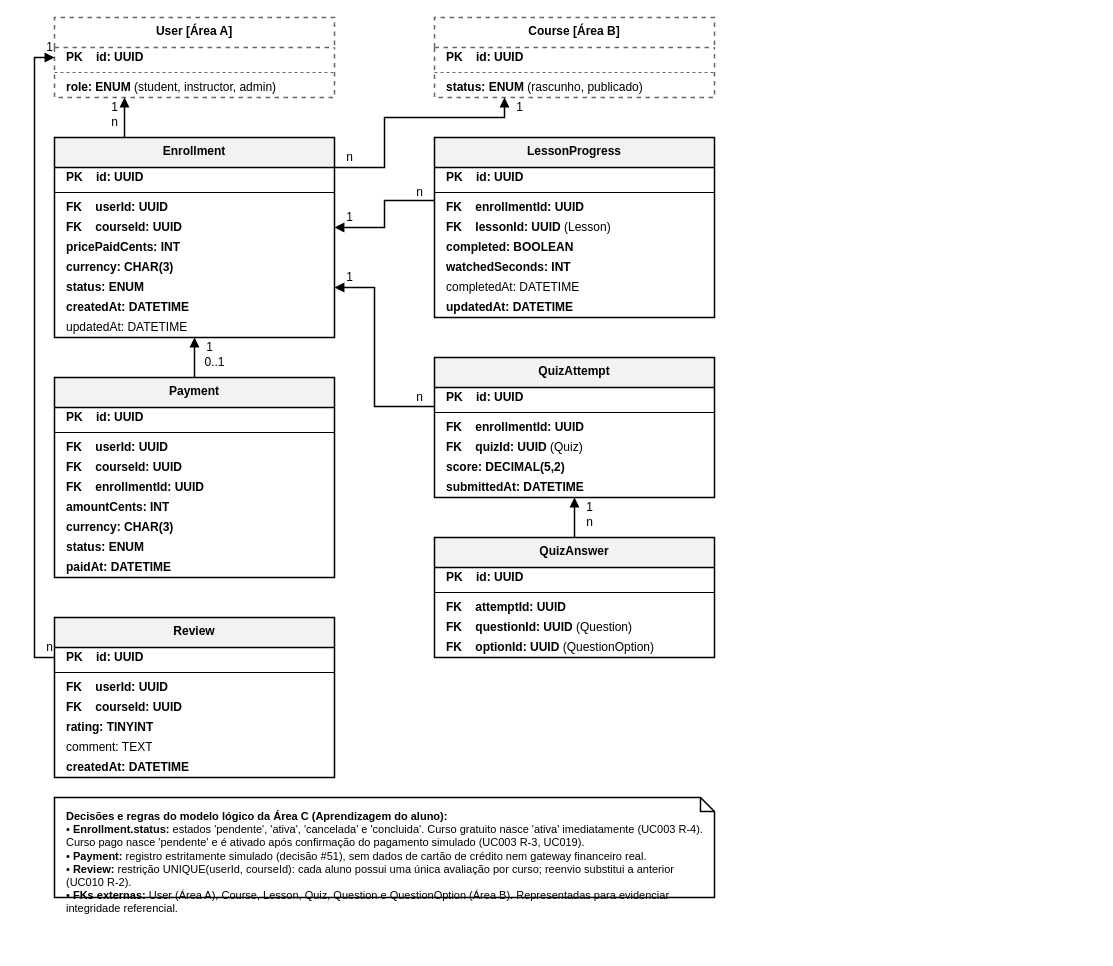
This is especificacao/diagramas/12-modelo-de-dados-area-c.drawio from Plataforma-de-Cursos-TCC/plataforma-cursos-docs, a draw.io file, before an edit. Source tidied: cells renumbered, new cells numbered last; positions are measured from the earlier drawing's top-left corner, leaving out a move shared by most shapes. Both pictures are drawn from the tidied source at 100%, with x=0, y=0 at pixel (34, 17).
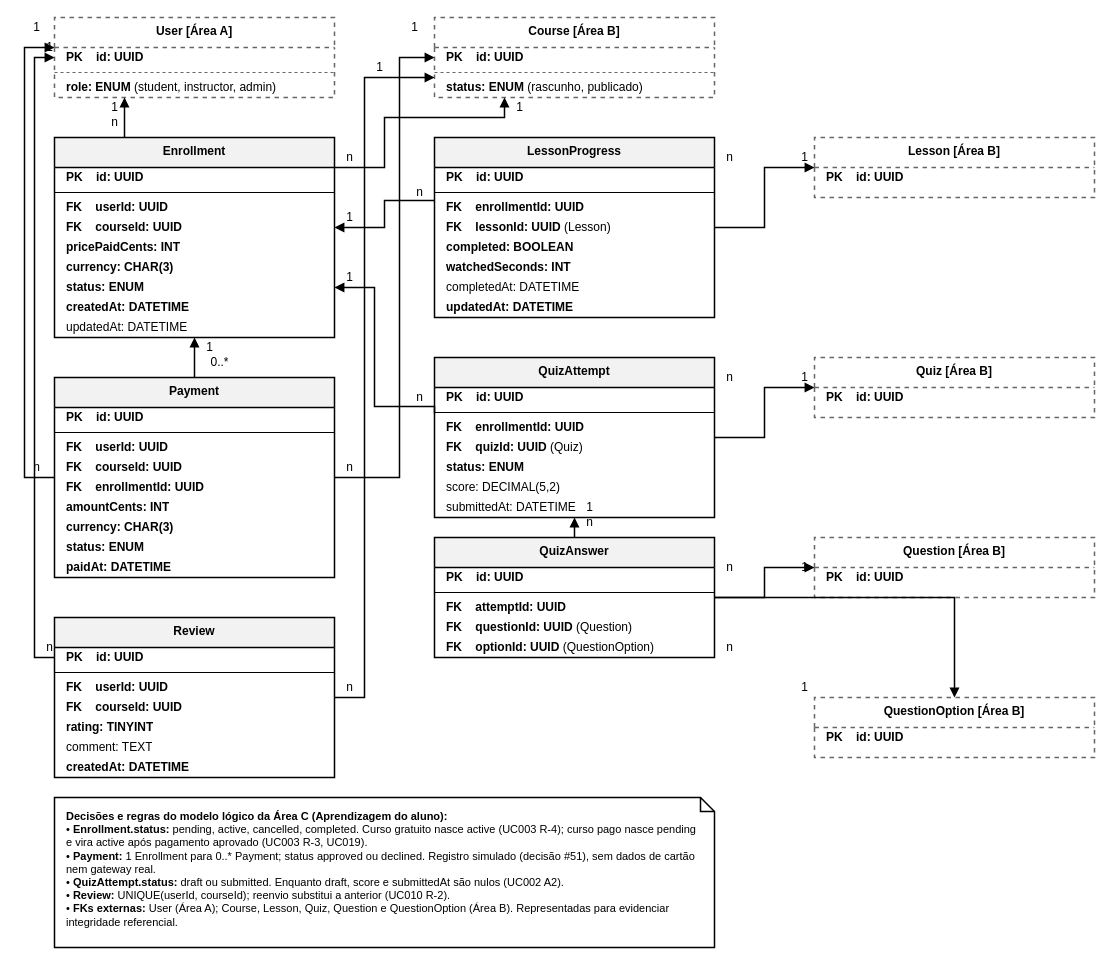
After the change.

Commit message (it also covers changes not shown here):
fix(modelo-de-dados): model Payment as 0..* per enrollment and draft attempts

Unchanged cells that the change refers to:
```xml
<mxCell id="2" value="User [Área A]" style="swimlane;fontStyle=1;align=center;verticalAlign=top;horizontal=1;startSize=30;whiteSpace=wrap;html=1;fillColor=#FFFFFF;strokeColor=#666666;strokeWidth=1.5;strokeFactor=1;dashed=1;fontFamily=Helvetica;fontSize=12;" parent="1" vertex="1">
  <mxGeometry x="20" width="280" height="80" as="geometry" />
</mxCell>
<mxCell id="6" value="Course [Área B]" style="swimlane;fontStyle=1;align=center;verticalAlign=top;horizontal=1;startSize=30;whiteSpace=wrap;html=1;fillColor=#FFFFFF;strokeColor=#666666;strokeWidth=1.5;dashed=1;fontFamily=Helvetica;fontSize=12;" parent="1" vertex="1">
  <mxGeometry x="400" width="280" height="80" as="geometry" />
</mxCell>
<mxCell id="20" value="Payment" style="swimlane;fontStyle=1;align=center;verticalAlign=top;horizontal=1;startSize=30;whiteSpace=wrap;html=1;fillColor=#F2F2F2;strokeColor=#000000;strokeWidth=1.5;fontFamily=Helvetica;fontSize=12;" parent="1" vertex="1">
  <mxGeometry x="20" y="360" width="280" height="200" as="geometry" />
</mxCell>
<mxCell id="30" value="Review" style="swimlane;fontStyle=1;align=center;verticalAlign=top;horizontal=1;startSize=30;whiteSpace=wrap;html=1;fillColor=#F2F2F2;strokeColor=#000000;strokeWidth=1.5;fontFamily=Helvetica;fontSize=12;" parent="1" vertex="1">
  <mxGeometry x="20" y="600" width="280" height="160" as="geometry" />
</mxCell>
<mxCell id="38" value="LessonProgress" style="swimlane;fontStyle=1;align=center;verticalAlign=top;horizontal=1;startSize=30;whiteSpace=wrap;html=1;fillColor=#F2F2F2;strokeColor=#000000;strokeWidth=1.5;fontFamily=Helvetica;fontSize=12;" parent="1" vertex="1">
  <mxGeometry x="400" y="120" width="280" height="180" as="geometry" />
</mxCell>
<mxCell id="54" value="QuizAnswer" style="swimlane;fontStyle=1;align=center;verticalAlign=top;horizontal=1;startSize=30;whiteSpace=wrap;html=1;fillColor=#F2F2F2;strokeColor=#000000;strokeWidth=1.5;fontFamily=Helvetica;fontSize=12;" parent="1" vertex="1">
  <mxGeometry x="400" y="520" width="280" height="120" as="geometry" />
</mxCell>
```

What changed in the source:
```diff
@@
     <mxCell id="47" value="QuizAttempt" style="swimlane;fontStyle=1;align=center;verticalAlign=top;horizontal=1;startSize=30;whiteSpace=wrap;html=1;fillColor=#F2F2F2;strokeColor=#000000;strokeWidth=1.5;fontFamily=Helvetica;fontSize=12;" parent="1" vertex="1">
-      <mxGeometry x="400" y="340" width="280" height="140" as="geometry" />
+      <mxGeometry x="400" y="340" width="280" height="160" as="geometry" />
     </mxCell>
@@
-    <mxCell id="52" value="&lt;b&gt;score: DECIMAL(5,2)&lt;/b&gt;" style="text;strokeColor=none;fillColor=none;align=left;verticalAlign=middle;spacingLeft=10;spacingRight=10;overflow=hidden;fontFamily=Helvetica;fontSize=12;html=1;" parent="47" vertex="1">
-      <mxGeometry y="100" width="280" height="20" as="geometry" />
+    <mxCell id="52" value="score: DECIMAL(5,2)" style="text;strokeColor=none;fillColor=none;align=left;verticalAlign=middle;spacingLeft=10;spacingRight=10;overflow=hidden;fontFamily=Helvetica;fontSize=12;html=1;" parent="47" vertex="1">
+      <mxGeometry y="120" width="280" height="20" as="geometry" />
     </mxCell>
-    <mxCell id="53" value="&lt;b&gt;submittedAt: DATETIME&lt;/b&gt;" style="text;strokeColor=none;fillColor=none;align=left;verticalAlign=middle;spacingLeft=10;spacingRight=10;overflow=hidden;fontFamily=Helvetica;fontSize=12;html=1;" parent="47" vertex="1">
-      <mxGeometry y="120" width="280" height="20" as="geometry" />
+    <mxCell id="53" value="submittedAt: DATETIME" style="text;strokeColor=none;fillColor=none;align=left;verticalAlign=middle;spacingLeft=10;spacingRight=10;overflow=hidden;fontFamily=Helvetica;fontSize=12;html=1;" parent="47" vertex="1">
+      <mxGeometry y="140" width="280" height="20" as="geometry" />
     </mxCell>
@@
-    <mxCell id="60" value="&lt;b&gt;Decisões e regras do modelo lógico da Área C (Aprendizagem do aluno):&lt;/b&gt;&lt;br&gt; • &lt;b&gt;Enrollment.status:&lt;/b&gt; estados 'pendente', 'ativa', 'cancelada' e 'concluida'. Curso gratuito nasce 'ativa' imediatamente (UC003 R-4). Curso pago nasce 'pendente' e é ativado após confirmação do pagamento simulado (UC003 R-3, UC019).&lt;br&gt; • &lt;b&gt;Payment:&lt;/b&gt; registro estritamente simulado (decisão #51), sem dados de cartão de crédito nem gateway financeiro real.&lt;br&gt; • &lt;b&gt;Review:&lt;/b&gt; restrição UNIQUE(userId, courseId): cada aluno possui uma única avaliação por curso; reenvio substitui a anterior (UC010 R-2).&lt;br&gt; • &lt;b&gt;FKs externas:&lt;/b&gt; User (Área A), Course, Lesson, Quiz, Question e QuestionOption (Área B). Representadas para evidenciar integridade referencial." style="shape=note;whiteSpace=wrap;html=1;size=14;verticalAlign=top;align=left;spacingTop=6;spacingLeft=10;spacingRight=10;spacingBottom=6;fillColor=#FFFFFF;strokeColor=#000000;strokeWidth=1.5;fontFamily=Helvetica;fontSize=11;" parent="1" vertex="1">
-      <mxGeometry x="20" y="780" width="660" height="100" as="geometry" />
+    <mxCell id="60" value="&lt;b&gt;Decisões e regras do modelo lógico da Área C (Aprendizagem do aluno):&lt;/b&gt;&lt;br&gt; • &lt;b&gt;Enrollment.status:&lt;/b&gt; pending, active, cancelled, completed. Curso gratuito nasce active (UC003 R-4); curso pago nasce pending e vira active após pagamento aprovado (UC003 R-3, UC019).&lt;br&gt; • &lt;b&gt;Payment:&lt;/b&gt; 1 Enrollment para 0..* Payment; status approved ou declined. Registro simulado (decisão #51), sem dados de cartão nem gateway real.&lt;br&gt; • &lt;b&gt;QuizAttempt.status:&lt;/b&gt; draft ou submitted. Enquanto draft, score e submittedAt são nulos (UC002 A2).&lt;br&gt; • &lt;b&gt;Review:&lt;/b&gt; UNIQUE(userId, courseId); reenvio substitui a anterior (UC010 R-2).&lt;br&gt; • &lt;b&gt;FKs externas:&lt;/b&gt; User (Área A); Course, Lesson, Quiz, Question e QuestionOption (Área B). Representadas para evidenciar integridade referencial." style="shape=note;whiteSpace=wrap;html=1;size=14;verticalAlign=top;align=left;spacingTop=6;spacingLeft=10;spacingRight=10;spacingBottom=6;fillColor=#FFFFFF;strokeColor=#000000;strokeWidth=1.5;fontFamily=Helvetica;fontSize=11;" parent="1" vertex="1">
+      <mxGeometry x="20" y="780" width="660" height="150" as="geometry" />
     </mxCell>
@@
-    <mxCell id="68" value="0..1" style="text;html=1;align=center;verticalAlign=middle;strokeColor=none;fillColor=none;fontFamily=Helvetica;fontSize=12;fontColor=#000000;" parent="1" vertex="1">
-      <mxGeometry x="165" y="335" width="30" height="20" as="geometry" />
+    <mxCell id="68" value="0..*" style="text;html=1;align=center;verticalAlign=middle;strokeColor=none;fillColor=none;fontFamily=Helvetica;fontSize=12;fontColor=#000000;" parent="1" vertex="1">
+      <mxGeometry x="165" y="335" width="40" height="20" as="geometry" />
     </mxCell>
@@
+    <mxCell id="82" value="&lt;b&gt;status: ENUM&lt;/b&gt;" style="text;strokeColor=none;fillColor=none;align=left;verticalAlign=middle;spacingLeft=10;spacingRight=10;overflow=hidden;fontFamily=Helvetica;fontSize=12;html=1;" parent="47" vertex="1">
+      <mxGeometry y="100" width="280" height="20" as="geometry" />
+    </mxCell>
+    <mxCell id="83" value="Lesson [Área B]" style="swimlane;fontStyle=1;align=center;verticalAlign=top;horizontal=1;startSize=30;whiteSpace=wrap;html=1;fillColor=#FFFFFF;strokeColor=#666666;strokeWidth=1.5;dashed=1;fontFamily=Helvetica;fontSize=12;" parent="1" vertex="1">
+      <mxGeometry x="780" y="120" width="280" height="60" as="geometry" />
+    </mxCell>
+    <mxCell id="84" value="&lt;b&gt;PK&lt;/b&gt;    &lt;b&gt;id: UUID&lt;/b&gt;" style="text;strokeColor=none;fillColor=none;align=left;verticalAlign=middle;spacingLeft=10;spacingRight=10;overflow=hidden;fontFamily=Helvetica;fontSize=12;html=1;" parent="83" vertex="1">
+      <mxGeometry y="30" width="280" height="20" as="geometry" />
+    </mxCell>
+    <mxCell id="85" value="Quiz [Área B]" style="swimlane;fontStyle=1;align=center;verticalAlign=top;horizontal=1;startSize=30;whiteSpace=wrap;html=1;fillColor=#FFFFFF;strokeColor=#666666;strokeWidth=1.5;dashed=1;fontFamily=Helvetica;fontSize=12;" parent="1" vertex="1">
+      <mxGeometry x="780" y="340" width="280" height="60" as="geometry" />
+    </mxCell>
+    <mxCell id="86" value="&lt;b&gt;PK&lt;/b&gt;    &lt;b&gt;id: UUID&lt;/b&gt;" style="text;strokeColor=none;fillColor=none;align=left;verticalAlign=middle;spacingLeft=10;spacingRight=10;overflow=hidden;fontFamily=Helvetica;fontSize=12;html=1;" parent="85" vertex="1">
+      <mxGeometry y="30" width="280" height="20" as="geometry" />
+    </mxCell>
+    <mxCell id="87" value="Question [Área B]" style="swimlane;fontStyle=1;align=center;verticalAlign=top;horizontal=1;startSize=30;whiteSpace=wrap;html=1;fillColor=#FFFFFF;strokeColor=#666666;strokeWidth=1.5;dashed=1;fontFamily=Helvetica;fontSize=12;" parent="1" vertex="1">
+      <mxGeometry x="780" y="520" width="280" height="60" as="geometry" />
+    </mxCell>
+    <mxCell id="88" value="&lt;b&gt;PK&lt;/b&gt;    &lt;b&gt;id: UUID&lt;/b&gt;" style="text;strokeColor=none;fillColor=none;align=left;verticalAlign=middle;spacingLeft=10;spacingRight=10;overflow=hidden;fontFamily=Helvetica;fontSize=12;html=1;" parent="87" vertex="1">
+      <mxGeometry y="30" width="280" height="20" as="geometry" />
+    </mxCell>
+    <mxCell id="89" value="QuestionOption [Área B]" style="swimlane;fontStyle=1;align=center;verticalAlign=top;horizontal=1;startSize=30;whiteSpace=wrap;html=1;fillColor=#FFFFFF;strokeColor=#666666;strokeWidth=1.5;dashed=1;fontFamily=Helvetica;fontSize=12;" parent="1" vertex="1">
+      <mxGeometry x="780" y="680" width="280" height="60" as="geometry" />
+    </mxCell>
+    <mxCell id="90" value="&lt;b&gt;PK&lt;/b&gt;    &lt;b&gt;id: UUID&lt;/b&gt;" style="text;strokeColor=none;fillColor=none;align=left;verticalAlign=middle;spacingLeft=10;spacingRight=10;overflow=hidden;fontFamily=Helvetica;fontSize=12;html=1;" parent="89" vertex="1">
+      <mxGeometry y="30" width="280" height="20" as="geometry" />
+    </mxCell>
+    <mxCell id="91" style="edgeStyle=orthogonalEdgeStyle;rounded=0;jettySize=auto;html=1;strokeColor=#000000;strokeWidth=1.5;endArrow=block;endFill=1;" parent="1" edge="1" source="38" target="83">
+      <mxGeometry relative="1" as="geometry" />
+    </mxCell>
+    <mxCell id="92" style="edgeStyle=orthogonalEdgeStyle;rounded=0;jettySize=auto;html=1;strokeColor=#000000;strokeWidth=1.5;endArrow=block;endFill=1;" parent="1" edge="1" source="47" target="85">
+      <mxGeometry relative="1" as="geometry" />
+    </mxCell>
+    <mxCell id="93" style="edgeStyle=orthogonalEdgeStyle;rounded=0;jettySize=auto;html=1;strokeColor=#000000;strokeWidth=1.5;endArrow=block;endFill=1;" parent="1" edge="1" source="54" target="87">
+      <mxGeometry relative="1" as="geometry" />
+    </mxCell>
+    <mxCell id="94" style="edgeStyle=orthogonalEdgeStyle;rounded=0;jettySize=auto;html=1;strokeColor=#000000;strokeWidth=1.5;endArrow=block;endFill=1;" parent="1" edge="1" source="54" target="89">
+      <mxGeometry relative="1" as="geometry" />
+    </mxCell>
+    <mxCell id="95" style="edgeStyle=orthogonalEdgeStyle;rounded=0;jettySize=auto;html=1;strokeColor=#000000;strokeWidth=1.5;endArrow=block;endFill=1;" parent="1" edge="1" source="20" target="2">
+      <mxGeometry relative="1" as="geometry">
+        <Array as="points">
+          <mxPoint x="-10" y="460" />
+          <mxPoint x="-10" y="30" />
+        </Array>
+      </mxGeometry>
+    </mxCell>
+    <mxCell id="96" style="edgeStyle=orthogonalEdgeStyle;rounded=0;jettySize=auto;html=1;strokeColor=#000000;strokeWidth=1.5;endArrow=block;endFill=1;" parent="1" edge="1" source="20" target="6">
+      <mxGeometry relative="1" as="geometry">
+        <Array as="points">
+          <mxPoint x="365" y="460" />
+          <mxPoint x="365" y="40" />
+        </Array>
+      </mxGeometry>
+    </mxCell>
+    <mxCell id="97" style="edgeStyle=orthogonalEdgeStyle;rounded=0;jettySize=auto;html=1;strokeColor=#000000;strokeWidth=1.5;endArrow=block;endFill=1;" parent="1" edge="1" source="30" target="6">
+      <mxGeometry relative="1" as="geometry">
+        <Array as="points">
+          <mxPoint x="330" y="680" />
+          <mxPoint x="330" y="60" />
+        </Array>
+      </mxGeometry>
+    </mxCell>
+    <mxCell id="98" value="n" style="text;html=1;align=center;verticalAlign=middle;strokeColor=none;fillColor=none;fontFamily=Helvetica;fontSize=12;fontColor=#000000;" parent="1" vertex="1">
+      <mxGeometry x="685" y="130" width="20" height="20" as="geometry" />
+    </mxCell>
+    <mxCell id="99" value="1" style="text;html=1;align=center;verticalAlign=middle;strokeColor=none;fillColor=none;fontFamily=Helvetica;fontSize=12;fontColor=#000000;" parent="1" vertex="1">
+      <mxGeometry x="760" y="130" width="20" height="20" as="geometry" />
+    </mxCell>
+    <mxCell id="100" value="n" style="text;html=1;align=center;verticalAlign=middle;strokeColor=none;fillColor=none;fontFamily=Helvetica;fontSize=12;fontColor=#000000;" parent="1" vertex="1">
+      <mxGeometry x="685" y="350" width="20" height="20" as="geometry" />
+    </mxCell>
+    <mxCell id="101" value="1" style="text;html=1;align=center;verticalAlign=middle;strokeColor=none;fillColor=none;fontFamily=Helvetica;fontSize=12;fontColor=#000000;" parent="1" vertex="1">
+      <mxGeometry x="760" y="350" width="20" height="20" as="geometry" />
+    </mxCell>
+    <mxCell id="102" value="n" style="text;html=1;align=center;verticalAlign=middle;strokeColor=none;fillColor=none;fontFamily=Helvetica;fontSize=12;fontColor=#000000;" parent="1" vertex="1">
+      <mxGeometry x="685" y="540" width="20" height="20" as="geometry" />
+    </mxCell>
+    <mxCell id="103" value="1" style="text;html=1;align=center;verticalAlign=middle;strokeColor=none;fillColor=none;fontFamily=Helvetica;fontSize=12;fontColor=#000000;" parent="1" vertex="1">
+      <mxGeometry x="760" y="540" width="20" height="20" as="geometry" />
+    </mxCell>
+    <mxCell id="104" value="n" style="text;html=1;align=center;verticalAlign=middle;strokeColor=none;fillColor=none;fontFamily=Helvetica;fontSize=12;fontColor=#000000;" parent="1" vertex="1">
+      <mxGeometry x="685" y="620" width="20" height="20" as="geometry" />
+    </mxCell>
+    <mxCell id="105" value="1" style="text;html=1;align=center;verticalAlign=middle;strokeColor=none;fillColor=none;fontFamily=Helvetica;fontSize=12;fontColor=#000000;" parent="1" vertex="1">
+      <mxGeometry x="760" y="660" width="20" height="20" as="geometry" />
+    </mxCell>
+    <mxCell id="106" value="n" style="text;html=1;align=center;verticalAlign=middle;strokeColor=none;fillColor=none;fontFamily=Helvetica;fontSize=12;fontColor=#000000;" parent="1" vertex="1">
+      <mxGeometry x="-8" y="440" width="20" height="20" as="geometry" />
+    </mxCell>
+    <mxCell id="107" value="1" style="text;html=1;align=center;verticalAlign=middle;strokeColor=none;fillColor=none;fontFamily=Helvetica;fontSize=12;fontColor=#000000;" parent="1" vertex="1">
+      <mxGeometry x="-8" width="20" height="20" as="geometry" />
+    </mxCell>
+    <mxCell id="108" value="n" style="text;html=1;align=center;verticalAlign=middle;strokeColor=none;fillColor=none;fontFamily=Helvetica;fontSize=12;fontColor=#000000;" parent="1" vertex="1">
+      <mxGeometry x="305" y="440" width="20" height="20" as="geometry" />
+    </mxCell>
+    <mxCell id="109" value="1" style="text;html=1;align=center;verticalAlign=middle;strokeColor=none;fillColor=none;fontFamily=Helvetica;fontSize=12;fontColor=#000000;" parent="1" vertex="1">
+      <mxGeometry x="370" width="20" height="20" as="geometry" />
+    </mxCell>
+    <mxCell id="110" value="n" style="text;html=1;align=center;verticalAlign=middle;strokeColor=none;fillColor=none;fontFamily=Helvetica;fontSize=12;fontColor=#000000;" parent="1" vertex="1">
+      <mxGeometry x="305" y="660" width="20" height="20" as="geometry" />
+    </mxCell>
+    <mxCell id="111" value="1" style="text;html=1;align=center;verticalAlign=middle;strokeColor=none;fillColor=none;fontFamily=Helvetica;fontSize=12;fontColor=#000000;" parent="1" vertex="1">
+      <mxGeometry x="335" y="40" width="20" height="20" as="geometry" />
+    </mxCell>
```
